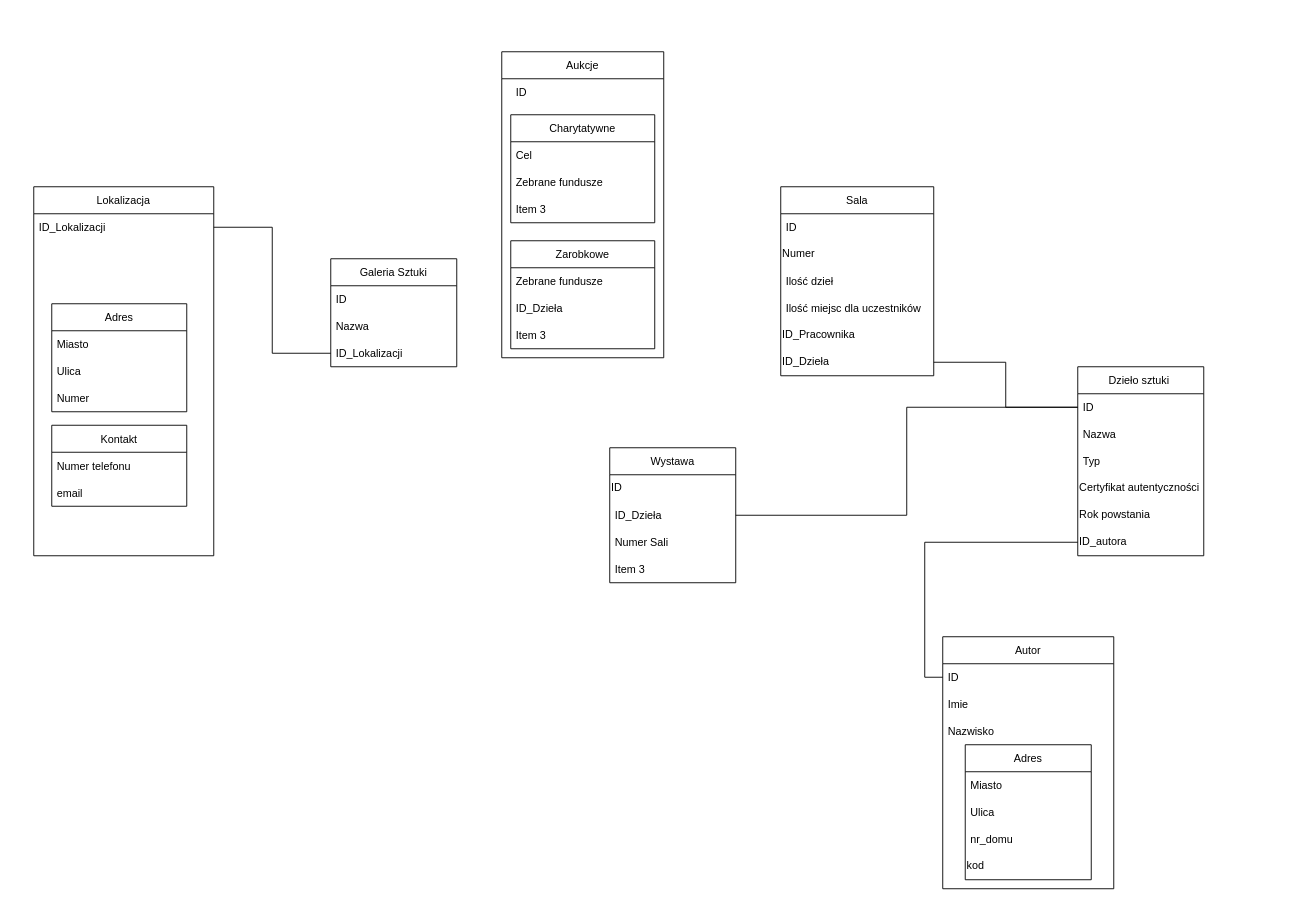
Cukier0110/Projekt-Bazy-danych keeps this draw.io diagram as page "Notacja Barkera" (2 of 3) of Notacja_Chena2.drawio. Above is the earlier version. Source tidied: cells renumbered, new cells numbered last; positions are measured from the earlier drawing's top-left corner, leaving out a move shared by most shapes. Both pictures are drawn from the tidied source at 90%, with x=0, y=0 at pixel (33, 51).
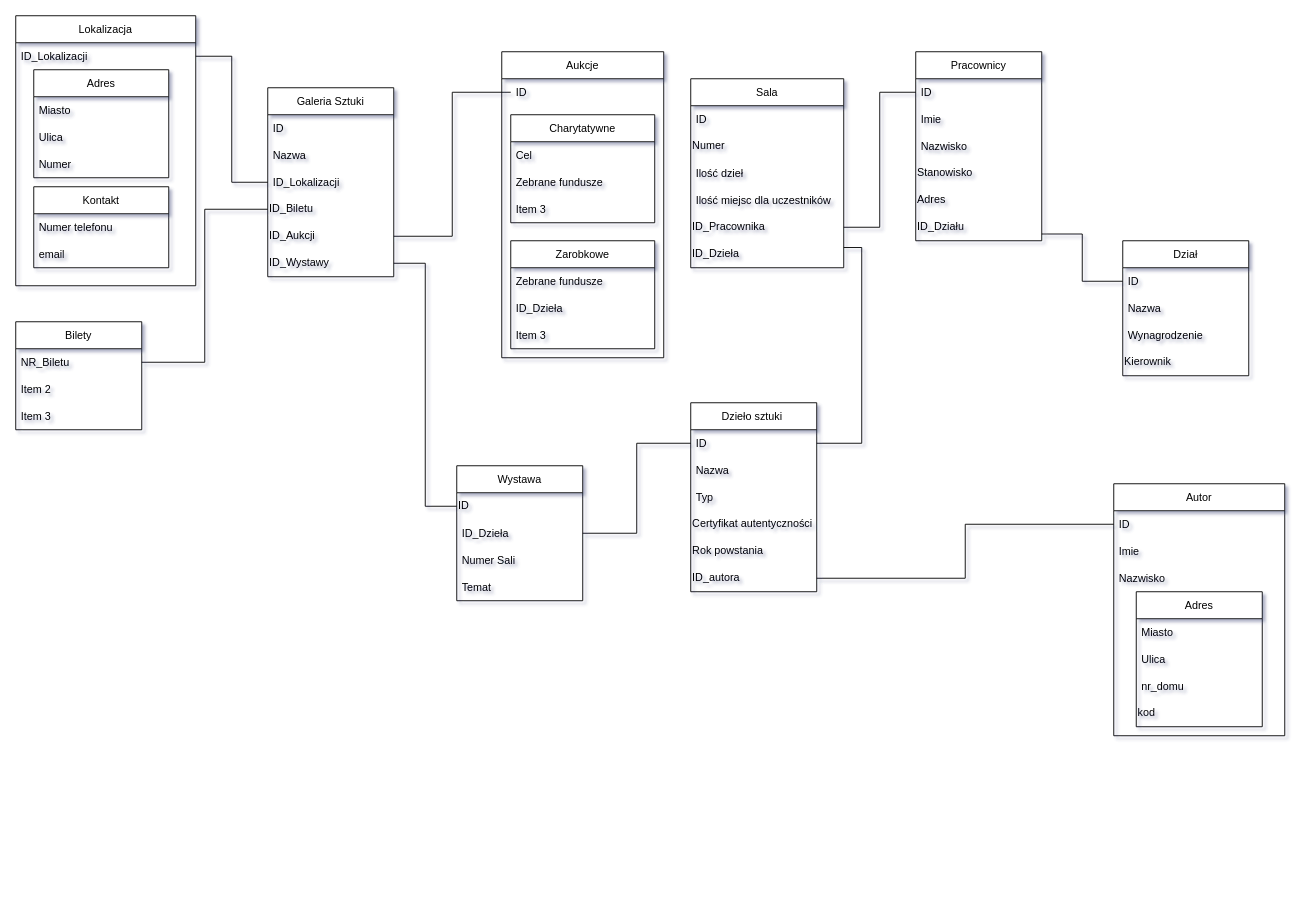
The same page after the edit.

Unchanged cells that the change refers to:
```xml
<mxCell id="18" value="ID" style="text;html=1;strokeColor=none;fillColor=none;align=left;verticalAlign=middle;whiteSpace=wrap;rounded=0;" parent="17" vertex="1">
  <mxGeometry y="30" width="140" height="30" as="geometry" />
</mxCell>
<mxCell id="27" value="ID_Pracownika" style="text;html=1;strokeColor=none;fillColor=none;align=left;verticalAlign=middle;whiteSpace=wrap;rounded=0;" parent="22" vertex="1">
  <mxGeometry y="150" width="170" height="30" as="geometry" />
</mxCell>
<mxCell id="28" value="ID_Dzieła" style="text;html=1;strokeColor=none;fillColor=none;align=left;verticalAlign=middle;whiteSpace=wrap;rounded=0;" parent="22" vertex="1">
  <mxGeometry y="180" width="170" height="30" as="geometry" />
</mxCell>
<mxCell id="30" value="ID" style="text;strokeColor=none;fillColor=none;align=left;verticalAlign=middle;spacingLeft=4;spacingRight=4;overflow=hidden;points=[[0,0.5],[1,0.5]];portConstraint=eastwest;" parent="29" vertex="1">
  <mxGeometry y="30" width="140" height="30" as="geometry" />
</mxCell>
<mxCell id="35" value="ID_autora" style="text;html=1;strokeColor=none;fillColor=none;align=left;verticalAlign=middle;whiteSpace=wrap;rounded=0;" parent="29" vertex="1">
  <mxGeometry y="180" width="140" height="30" as="geometry" />
</mxCell>
<mxCell id="48" value="ID" style="text;strokeColor=none;fillColor=none;align=left;verticalAlign=middle;spacingLeft=4;spacingRight=4;overflow=hidden;points=[[0,0.5],[1,0.5]];portConstraint=eastwest;" parent="1" vertex="1">
  <mxGeometry x="530" y="30" width="220" height="30" as="geometry" />
</mxCell>
```

What changed in the source:
```diff
@@
-<mxGraphModel>
+<mxGraphModel shadow="1">
@@
     <mxCell id="2" value="Galeria Sztuki" style="swimlane;fontStyle=0;horizontal=1;startSize=30;" parent="1" vertex="1">
-      <mxGeometry x="330" y="230" width="140" height="120" as="geometry" />
+      <mxGeometry x="260" y="40" width="140" height="210" as="geometry" />
     </mxCell>
@@
+    <mxCell id="57" value="ID_Biletu" style="text;html=1;strokeColor=none;fillColor=none;align=left;verticalAlign=middle;whiteSpace=wrap;rounded=0;" parent="2" vertex="1">
+      <mxGeometry y="120" width="140" height="30" as="geometry" />
+    </mxCell>
+    <mxCell id="58" value="ID_Aukcji" style="text;html=1;strokeColor=none;fillColor=none;align=left;verticalAlign=middle;whiteSpace=wrap;rounded=0;" parent="2" vertex="1">
+      <mxGeometry y="150" width="140" height="30" as="geometry" />
+    </mxCell>
+    <mxCell id="59" value="ID_Wystawy" style="text;html=1;strokeColor=none;fillColor=none;align=left;verticalAlign=middle;whiteSpace=wrap;rounded=0;" parent="2" vertex="1">
+      <mxGeometry y="180" width="140" height="30" as="geometry" />
+    </mxCell>
     <mxCell id="6" value="Lokalizacja" style="swimlane;fontStyle=0;horizontal=1;startSize=30;" parent="1" vertex="1">
-      <mxGeometry y="150" width="200" height="410" as="geometry" />
+      <mxGeometry x="-20" y="-40" width="200" height="300" as="geometry" />
     </mxCell>
     <mxCell id="7" value="Adres" style="swimlane;fontStyle=0;horizontal=1;startSize=30;" parent="1" vertex="1">
-      <mxGeometry x="20" y="280" width="150" height="120" as="geometry" />
+      <mxGeometry y="20" width="150" height="120" as="geometry" />
     </mxCell>
@@
     <mxCell id="11" value="Kontakt" style="swimlane;fontStyle=0;horizontal=1;startSize=30;" parent="1" vertex="1">
-      <mxGeometry x="20" y="415" width="150" height="90" as="geometry" />
+      <mxGeometry y="150" width="150" height="90" as="geometry" />
     </mxCell>
@@
     <mxCell id="14" value="ID_Lokalizacji" style="text;strokeColor=none;fillColor=none;align=left;verticalAlign=middle;spacingLeft=4;spacingRight=4;overflow=hidden;points=[[0,0.5],[1,0.5]];portConstraint=eastwest;" parent="1" vertex="1">
-      <mxGeometry y="180" width="200" height="30" as="geometry" />
+      <mxGeometry x="-20" y="-10" width="200" height="30" as="geometry" />
     </mxCell>
@@
     <mxCell id="17" value="Wystawa" style="swimlane;fontStyle=0;horizontal=1;startSize=30;" parent="1" vertex="1">
-      <mxGeometry x="640" y="440" width="140" height="150" as="geometry" />
+      <mxGeometry x="470" y="460" width="140" height="150" as="geometry" />
     </mxCell>
@@
-    <mxCell id="21" value="Item 3" style="text;strokeColor=none;fillColor=none;align=left;verticalAlign=middle;spacingLeft=4;spacingRight=4;overflow=hidden;" parent="17" vertex="1">
+    <mxCell id="21" value="Temat" style="text;strokeColor=none;fillColor=none;align=left;verticalAlign=middle;spacingLeft=4;spacingRight=4;overflow=hidden;" parent="17" vertex="1">
       <mxGeometry y="120" width="140" height="30" as="geometry" />
     </mxCell>
     <mxCell id="22" value="Sala" style="swimlane;fontStyle=0;horizontal=1;startSize=30;" parent="1" vertex="1">
-      <mxGeometry x="830" y="150" width="170" height="210" as="geometry" />
+      <mxGeometry x="730" y="30" width="170" height="210" as="geometry" />
     </mxCell>
@@
     <mxCell id="29" value="Dzieło sztuki " style="swimlane;fontStyle=0;horizontal=1;startSize=30;" parent="1" vertex="1">
-      <mxGeometry x="1160" y="350" width="140" height="210" as="geometry" />
+      <mxGeometry x="730" y="390" width="140" height="210" as="geometry" />
     </mxCell>
@@
     <mxCell id="36" value="Autor" style="swimlane;fontStyle=0;horizontal=1;startSize=30;" parent="1" vertex="1">
-      <mxGeometry x="1010" y="650" width="190" height="280" as="geometry" />
+      <mxGeometry x="1200" y="480" width="190" height="280" as="geometry" />
     </mxCell>
-    <mxCell id="37" style="edgeStyle=orthogonalEdgeStyle;rounded=0;jettySize=auto;html=1;exitX=0;exitY=0.5;exitDx=0;exitDy=0;entryX=0;entryY=0.5;entryDx=0;entryDy=0;endArrow=none;endFill=0;" parent="1" edge="1" source="38" target="35">
-      <mxGeometry relative="1" as="geometry" />
-    </mxCell>
     <mxCell id="38" value="ID" style="text;strokeColor=none;fillColor=none;align=left;verticalAlign=middle;spacingLeft=4;spacingRight=4;overflow=hidden;points=[[0,0.5],[1,0.5]];portConstraint=eastwest;" parent="1" vertex="1">
-      <mxGeometry x="1010" y="680" width="140" height="30" as="geometry" />
+      <mxGeometry x="1200" y="510" width="140" height="30" as="geometry" />
     </mxCell>
     <mxCell id="39" value="Imie" style="text;strokeColor=none;fillColor=none;align=left;verticalAlign=middle;spacingLeft=4;spacingRight=4;overflow=hidden;" parent="1" vertex="1">
-      <mxGeometry x="1010" y="710" width="140" height="30" as="geometry" />
+      <mxGeometry x="1200" y="540" width="140" height="30" as="geometry" />
     </mxCell>
     <mxCell id="40" value="Nazwisko" style="text;strokeColor=none;fillColor=none;align=left;verticalAlign=middle;spacingLeft=4;spacingRight=4;overflow=hidden;" parent="1" vertex="1">
-      <mxGeometry x="1010" y="740" width="140" height="30" as="geometry" />
+      <mxGeometry x="1200" y="570" width="140" height="30" as="geometry" />
     </mxCell>
     <mxCell id="41" value="Adres" style="swimlane;fontStyle=0;horizontal=1;startSize=30;align=center;" parent="1" vertex="1">
-      <mxGeometry x="1035" y="770" width="140" height="150" as="geometry" />
+      <mxGeometry x="1225" y="600" width="140" height="150" as="geometry" />
     </mxCell>
@@
-    <mxCell id="46" style="edgeStyle=orthogonalEdgeStyle;rounded=0;jettySize=auto;html=1;exitX=0;exitY=0.5;exitDx=0;exitDy=0;entryX=1;entryY=0.5;entryDx=0;entryDy=0;endArrow=none;endFill=0;" parent="1" edge="1" source="30" target="28">
-      <mxGeometry relative="1" as="geometry" />
-    </mxCell>
@@
+    <mxCell id="60" style="edgeStyle=orthogonalEdgeStyle;rounded=0;jettySize=auto;html=1;exitX=0;exitY=0.5;exitDx=0;exitDy=0;entryX=1;entryY=0.5;entryDx=0;entryDy=0;endArrow=none;endFill=0;" parent="1" edge="1" source="48" target="58">
+      <mxGeometry relative="1" as="geometry" />
+    </mxCell>
@@
+    <mxCell id="61" value="Bilety" style="swimlane;fontStyle=0;horizontal=1;startSize=30;" parent="1" vertex="1">
+      <mxGeometry x="-20" y="300" width="140" height="120" as="geometry" />
+    </mxCell>
+    <mxCell id="62" value="NR_Biletu" style="text;strokeColor=none;fillColor=none;align=left;verticalAlign=middle;spacingLeft=4;spacingRight=4;overflow=hidden;points=[[0,0.5],[1,0.5]];portConstraint=eastwest;" parent="61" vertex="1">
+      <mxGeometry y="30" width="140" height="30" as="geometry" />
+    </mxCell>
+    <mxCell id="63" value="Item 2" style="text;strokeColor=none;fillColor=none;align=left;verticalAlign=middle;spacingLeft=4;spacingRight=4;overflow=hidden;" parent="61" vertex="1">
+      <mxGeometry y="60" width="140" height="30" as="geometry" />
+    </mxCell>
+    <mxCell id="64" value="Item 3" style="text;strokeColor=none;fillColor=none;align=left;verticalAlign=middle;spacingLeft=4;spacingRight=4;overflow=hidden;" parent="61" vertex="1">
+      <mxGeometry y="90" width="140" height="30" as="geometry" />
+    </mxCell>
+    <mxCell id="65" value="Pracownicy" style="swimlane;fontStyle=0;horizontal=1;startSize=30;" parent="1" vertex="1">
+      <mxGeometry x="980" width="140" height="210" as="geometry" />
+    </mxCell>
+    <mxCell id="66" value="ID" style="text;strokeColor=none;fillColor=none;align=left;verticalAlign=middle;spacingLeft=4;spacingRight=4;overflow=hidden;points=[[0,0.5],[1,0.5]];portConstraint=eastwest;" parent="65" vertex="1">
+      <mxGeometry y="30" width="140" height="30" as="geometry" />
+    </mxCell>
+    <mxCell id="67" value="Imie" style="text;strokeColor=none;fillColor=none;align=left;verticalAlign=middle;spacingLeft=4;spacingRight=4;overflow=hidden;" parent="65" vertex="1">
+      <mxGeometry y="60" width="140" height="30" as="geometry" />
+    </mxCell>
+    <mxCell id="68" value="Nazwisko" style="text;strokeColor=none;fillColor=none;align=left;verticalAlign=middle;spacingLeft=4;spacingRight=4;overflow=hidden;" parent="65" vertex="1">
+      <mxGeometry y="90" width="140" height="30" as="geometry" />
+    </mxCell>
+    <mxCell id="69" value="Stanowisko" style="text;html=1;strokeColor=none;fillColor=none;align=left;verticalAlign=middle;whiteSpace=wrap;rounded=0;" parent="65" vertex="1">
+      <mxGeometry y="120" width="140" height="30" as="geometry" />
+    </mxCell>
+    <mxCell id="70" value="Adres" style="text;html=1;strokeColor=none;fillColor=none;align=left;verticalAlign=middle;whiteSpace=wrap;rounded=0;" parent="65" vertex="1">
+      <mxGeometry y="150" width="140" height="30" as="geometry" />
+    </mxCell>
+    <mxCell id="71" value="ID_Działu" style="text;html=1;strokeColor=none;fillColor=none;align=left;verticalAlign=middle;whiteSpace=wrap;rounded=0;" parent="65" vertex="1">
+      <mxGeometry y="180" width="140" height="30" as="geometry" />
+    </mxCell>
+    <mxCell id="72" value="Dział" style="swimlane;fontStyle=0;horizontal=1;startSize=30;" parent="1" vertex="1">
+      <mxGeometry x="1210" y="210" width="140" height="150" as="geometry" />
+    </mxCell>
+    <mxCell id="73" value="ID" style="text;strokeColor=none;fillColor=none;align=left;verticalAlign=middle;spacingLeft=4;spacingRight=4;overflow=hidden;points=[[0,0.5],[1,0.5]];portConstraint=eastwest;" parent="72" vertex="1">
+      <mxGeometry y="30" width="140" height="30" as="geometry" />
+    </mxCell>
+    <mxCell id="74" value="Nazwa" style="text;strokeColor=none;fillColor=none;align=left;verticalAlign=middle;spacingLeft=4;spacingRight=4;overflow=hidden;" parent="72" vertex="1">
+      <mxGeometry y="60" width="140" height="30" as="geometry" />
+    </mxCell>
+    <mxCell id="75" value="Wynagrodzenie" style="text;strokeColor=none;fillColor=none;align=left;verticalAlign=middle;spacingLeft=4;spacingRight=4;overflow=hidden;" parent="72" vertex="1">
+      <mxGeometry y="90" width="140" height="30" as="geometry" />
+    </mxCell>
+    <mxCell id="76" value="Kierownik" style="text;html=1;strokeColor=none;fillColor=none;align=left;verticalAlign=middle;whiteSpace=wrap;rounded=0;" parent="72" vertex="1">
+      <mxGeometry y="120" width="140" height="30" as="geometry" />
+    </mxCell>
+    <mxCell id="77" style="edgeStyle=orthogonalEdgeStyle;rounded=0;jettySize=auto;html=1;exitX=0;exitY=0.5;exitDx=0;exitDy=0;entryX=1;entryY=0.75;entryDx=0;entryDy=0;endArrow=none;endFill=0;" parent="1" edge="1" source="73" target="71">
+      <mxGeometry relative="1" as="geometry" />
+    </mxCell>
+    <mxCell id="78" style="edgeStyle=orthogonalEdgeStyle;rounded=0;jettySize=auto;html=1;exitX=0;exitY=0.5;exitDx=0;exitDy=0;entryX=1;entryY=0.5;entryDx=0;entryDy=0;endArrow=none;endFill=0;" parent="1" edge="1" source="66" target="27">
+      <mxGeometry relative="1" as="geometry" />
+    </mxCell>
+    <mxCell id="79" style="edgeStyle=orthogonalEdgeStyle;rounded=0;jettySize=auto;html=1;exitX=1;exitY=0.5;exitDx=0;exitDy=0;entryX=0;entryY=0.5;entryDx=0;entryDy=0;endArrow=none;endFill=0;" parent="1" edge="1" source="62" target="57">
+      <mxGeometry relative="1" as="geometry" />
+    </mxCell>
+    <mxCell id="80" style="edgeStyle=orthogonalEdgeStyle;rounded=0;jettySize=auto;html=1;exitX=0;exitY=0.5;exitDx=0;exitDy=0;entryX=1;entryY=0.5;entryDx=0;entryDy=0;endArrow=none;endFill=0;" parent="1" edge="1" source="18" target="59">
+      <mxGeometry relative="1" as="geometry" />
+    </mxCell>
+    <mxCell id="81" style="edgeStyle=orthogonalEdgeStyle;rounded=0;jettySize=auto;html=1;exitX=1;exitY=0.5;exitDx=0;exitDy=0;entryX=0;entryY=0.5;entryDx=0;entryDy=0;endArrow=none;endFill=0;" parent="1" edge="1" source="35" target="38">
+      <mxGeometry relative="1" as="geometry" />
+    </mxCell>
+    <mxCell id="46" style="edgeStyle=orthogonalEdgeStyle;rounded=0;jettySize=auto;html=1;exitX=1;exitY=0.5;exitDx=0;exitDy=0;entryX=1;entryY=0.25;entryDx=0;entryDy=0;endArrow=none;endFill=0;" parent="1" edge="1" source="30" target="28">
+      <mxGeometry relative="1" as="geometry" />
+    </mxCell>
```
